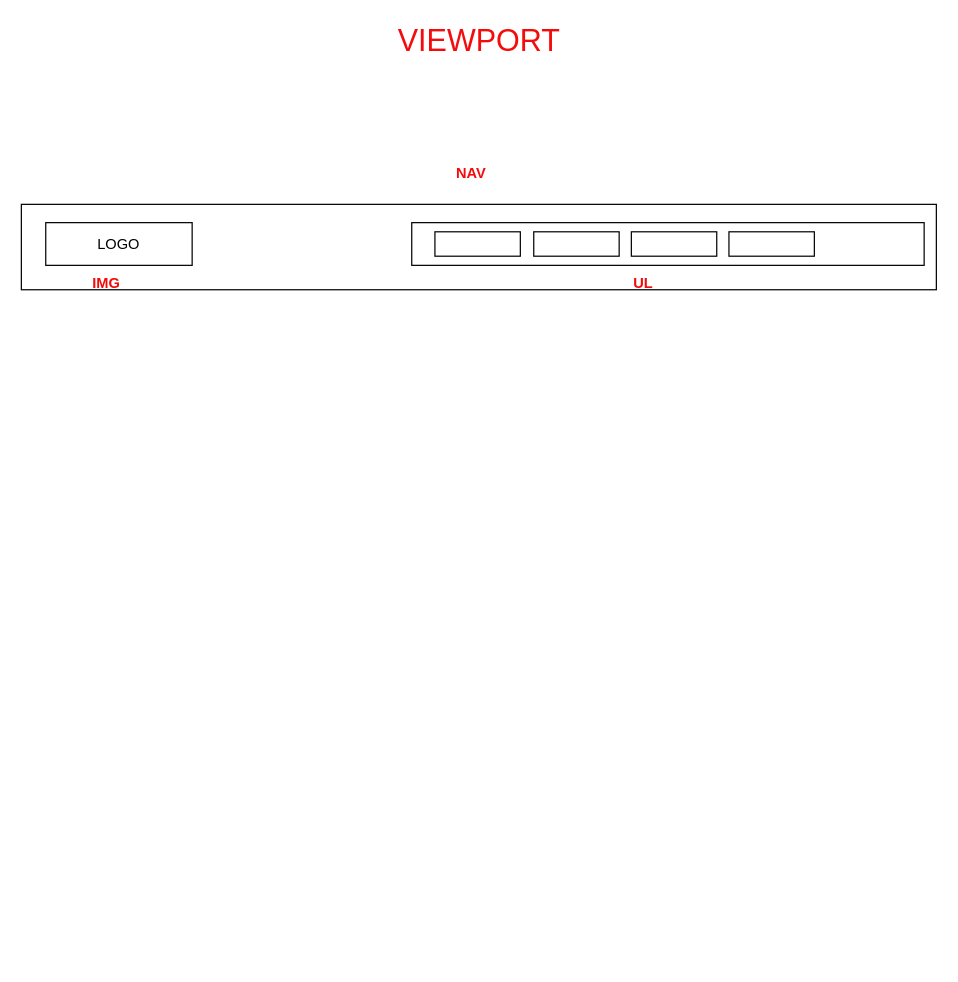
Before: 01 HTML Y CSS/05 platzi demo/Diagrama sin título.drawio in ManGuevara/dw2023-1, a draw.io diagram. Source tidied: cells renumbered, new cells numbered last; positions are measured from the earlier drawing's top-left corner, leaving out a move shared by most shapes. Both pictures are drawn from the tidied source at 122%, with x=0, y=0 at pixel (21, 21).
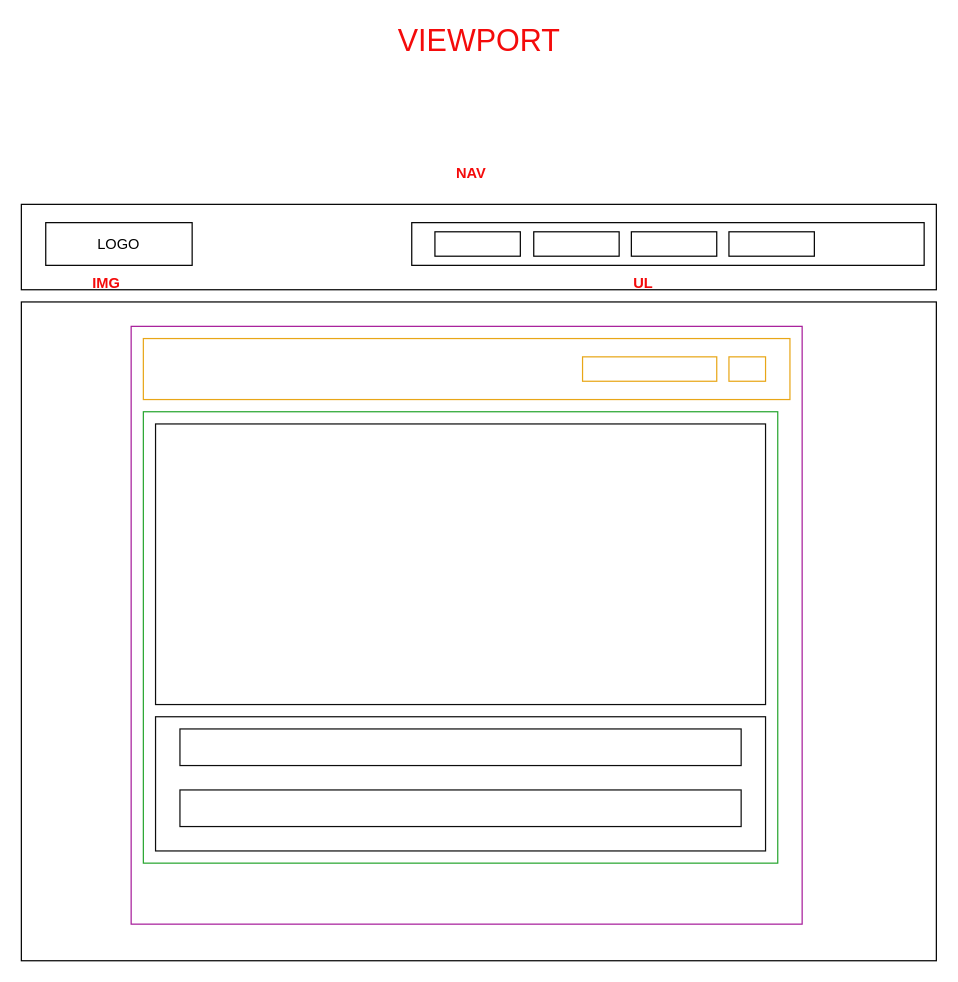
The same page after the edit.

Diff of the diagram source:
```diff
@@
+    <mxCell id="13" style="rounded=0;whiteSpace=wrap;html=1;" parent="1" vertex="1">
+      <mxGeometry y="230" width="750" height="540" as="geometry" />
+    </mxCell>
+    <mxCell id="14" style="rounded=0;whiteSpace=wrap;html=1;strokeColor=#a61c9a;" parent="1" vertex="1">
+      <mxGeometry x="90" y="250" width="550" height="490" as="geometry" />
+    </mxCell>
+    <mxCell id="15" style="rounded=0;whiteSpace=wrap;html=1;strokeColor=#e8a617;" parent="1" vertex="1">
+      <mxGeometry x="100" y="260" width="530" height="50" as="geometry" />
+    </mxCell>
+    <mxCell id="16" style="rounded=0;whiteSpace=wrap;html=1;strokeColor=#e8a617;" parent="1" vertex="1">
+      <mxGeometry x="460" y="275" width="110" height="20" as="geometry" />
+    </mxCell>
+    <mxCell id="17" style="rounded=0;whiteSpace=wrap;html=1;strokeColor=#e8a617;" parent="1" vertex="1">
+      <mxGeometry x="580" y="275" width="30" height="20" as="geometry" />
+    </mxCell>
+    <mxCell id="18" style="rounded=0;whiteSpace=wrap;html=1;strokeColor=#27a52f;" parent="1" vertex="1">
+      <mxGeometry x="100" y="320" width="520" height="370" as="geometry" />
+    </mxCell>
+    <mxCell id="19" style="rounded=0;whiteSpace=wrap;html=1;strokeColor=#0d0d0d;" parent="1" vertex="1">
+      <mxGeometry x="110" y="330" width="500" height="230" as="geometry" />
+    </mxCell>
+    <mxCell id="20" style="group;" parent="1" vertex="1">
+      <mxGeometry x="110" y="570" width="500" height="110" as="geometry" />
+    </mxCell>
+    <mxCell id="21" style="rounded=0;whiteSpace=wrap;html=1;strokeColor=#0d0d0d;" parent="20" vertex="1">
+      <mxGeometry width="500" height="110" as="geometry" />
+    </mxCell>
+    <mxCell id="22" style="rounded=0;whiteSpace=wrap;html=1;strokeColor=#0d0d0d;" parent="20" vertex="1">
+      <mxGeometry x="20" y="10" width="460" height="30" as="geometry" />
+    </mxCell>
+    <mxCell id="23" style="rounded=0;whiteSpace=wrap;html=1;strokeColor=#0d0d0d;" parent="20" vertex="1">
+      <mxGeometry x="20" y="60" width="460" height="30" as="geometry" />
+    </mxCell>
```
